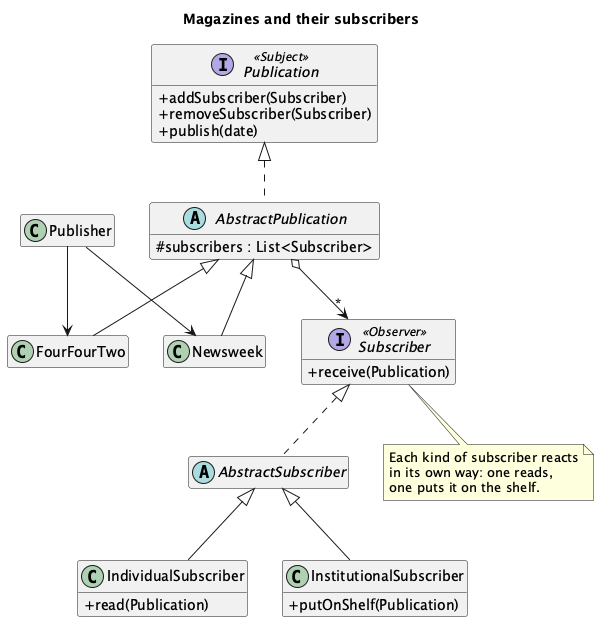
Above: src/main/java/dev/kaldiroglu/dp/behavioral/observer/publisher/uml/Observer - Publisher - Class Diagram.png in kaldiroglu/DesignPatternsWithJava (PlantUML), before the change.
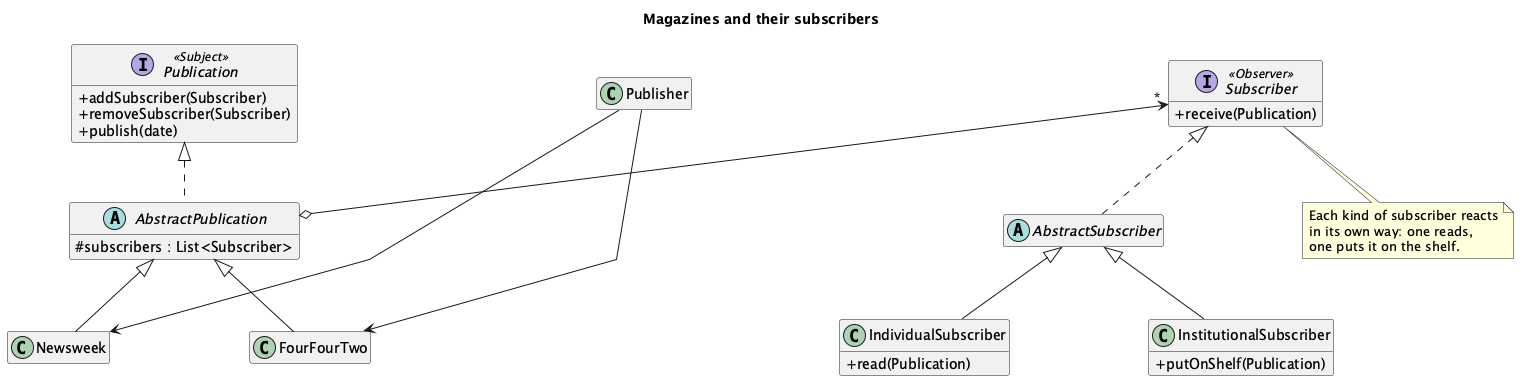
Above is the later version.

The edit, as a diff of the source:
```diff
@@ -1,4 +1,6 @@
-@startuml "Observer - Publisher - Class Diagram"
+@startuml
+skinparam linetype polyline
+skinparam nodesep 140
 skinparam classAttributeIconSize 0
 hide empty members
 title Magazines and their subscribers
@@ -29,12 +31,12 @@
 Subscriber <|.. AbstractSubscriber
 AbstractSubscriber <|-- IndividualSubscriber
 AbstractSubscriber <|-- InstitutionalSubscriber
-AbstractPublication o--> "*" Subscriber
-Publisher --> Newsweek
-Publisher --> FourFourTwo
 note bottom of Subscriber
   Each kind of subscriber reacts
   in its own way: one reads,
   one puts it on the shelf.
 end note
+AbstractPublication o-[norank]-> "*" Subscriber
+Publisher -[norank]-> Newsweek
+Publisher -[norank]-> FourFourTwo
 @enduml
```
